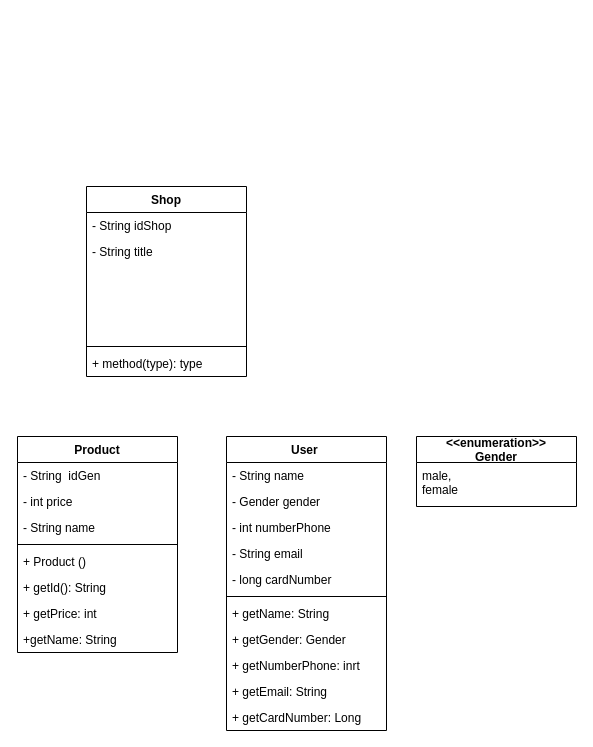
Above: Marketplace (6).drawio in KuroTamashiAF/Software-architecture_HomeWork_5 (draw.io), before the change. Source tidied: cells renumbered, new cells numbered last; positions are measured from the earlier drawing's top-left corner, leaving out a move shared by most shapes. Both pictures are drawn from the tidied source at 100%, with x=0, y=0 at pixel (17, 186).
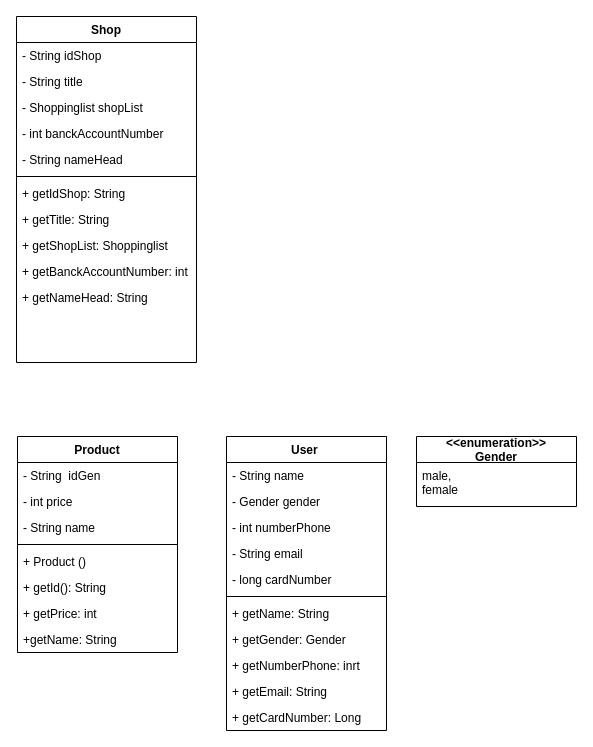
After the change.

Commit message:
craete cls Shop

Diff of the diagram source:
```diff
@@
     <mxCell id="25" value="Shop" style="swimlane;fontStyle=1;align=center;verticalAlign=top;horizontal=1;startSize=26;" parent="1" vertex="1">
-      <mxGeometry x="69" width="160" height="190" as="geometry" />
+      <mxGeometry x="-1" y="-170" width="180" height="346" as="geometry" />
     </mxCell>
     <mxCell id="26" value="- String idShop " style="text;strokeColor=none;fillColor=none;align=left;verticalAlign=top;spacingLeft=4;spacingRight=4;overflow=hidden;" parent="25" vertex="1">
-      <mxGeometry y="26" width="160" height="26" as="geometry" />
+      <mxGeometry y="26" width="180" height="26" as="geometry" />
     </mxCell>
     <mxCell id="27" value="- String title" style="text;strokeColor=none;fillColor=none;align=left;verticalAlign=top;spacingLeft=4;spacingRight=4;overflow=hidden;" parent="25" vertex="1">
-      <mxGeometry y="52" width="160" height="26" as="geometry" />
+      <mxGeometry y="52" width="180" height="26" as="geometry" />
     </mxCell>
-    <mxCell id="28" style="text;strokeColor=none;fillColor=none;align=left;verticalAlign=top;spacingLeft=4;spacingRight=4;overflow=hidden;" parent="25" vertex="1">
-      <mxGeometry y="78" width="160" height="26" as="geometry" />
+    <mxCell id="28" value="- Shoppinglist shopList " style="text;strokeColor=none;fillColor=none;align=left;verticalAlign=top;spacingLeft=4;spacingRight=4;overflow=hidden;" parent="25" vertex="1">
+      <mxGeometry y="78" width="180" height="26" as="geometry" />
     </mxCell>
-    <mxCell id="29" style="text;strokeColor=none;fillColor=none;align=left;verticalAlign=top;spacingLeft=4;spacingRight=4;overflow=hidden;" parent="25" vertex="1">
-      <mxGeometry y="104" width="160" height="26" as="geometry" />
-    </mxCell>
-    <mxCell id="30" style="text;strokeColor=none;fillColor=none;align=left;verticalAlign=top;spacingLeft=4;spacingRight=4;overflow=hidden;" parent="25" vertex="1">
-      <mxGeometry y="130" width="160" height="26" as="geometry" />
+    <mxCell id="30" value="- int banckAccountNumber" style="text;strokeColor=none;fillColor=none;align=left;verticalAlign=top;spacingLeft=4;spacingRight=4;overflow=hidden;" parent="25" vertex="1">
+      <mxGeometry y="104" width="180" height="26" as="geometry" />
     </mxCell>
+    <mxCell id="33" value="- String nameHead" style="text;strokeColor=none;fillColor=none;align=left;verticalAlign=top;spacingLeft=4;spacingRight=4;overflow=hidden;" parent="25" vertex="1">
+      <mxGeometry y="130" width="180" height="26" as="geometry" />
+    </mxCell>
     <mxCell id="31" style="line;strokeWidth=1;fillColor=none;align=left;verticalAlign=middle;spacingTop=-1;spacingLeft=3;spacingRight=3;labelPosition=right;strokeColor=inherit;" parent="25" vertex="1">
-      <mxGeometry y="156" width="160" height="8" as="geometry" />
+      <mxGeometry y="156" width="180" height="8" as="geometry" />
     </mxCell>
-    <mxCell id="32" value="+ method(type): type" style="text;strokeColor=none;fillColor=none;align=left;verticalAlign=top;spacingLeft=4;spacingRight=4;overflow=hidden;" parent="25" vertex="1">
-      <mxGeometry y="164" width="160" height="26" as="geometry" />
+    <mxCell id="32" value="+ getIdShop: String" style="text;strokeColor=none;fillColor=none;align=left;verticalAlign=top;spacingLeft=4;spacingRight=4;overflow=hidden;" parent="25" vertex="1">
+      <mxGeometry y="164" width="180" height="26" as="geometry" />
     </mxCell>
+    <mxCell id="34" value="+ getTitle: String " style="text;strokeColor=none;fillColor=none;align=left;verticalAlign=top;spacingLeft=4;spacingRight=4;overflow=hidden;" parent="25" vertex="1">
+      <mxGeometry y="190" width="180" height="26" as="geometry" />
+    </mxCell>
+    <mxCell id="35" value="+ getShopList: Shoppinglist &#10; " style="text;strokeColor=none;fillColor=none;align=left;verticalAlign=top;spacingLeft=4;spacingRight=4;overflow=hidden;" parent="25" vertex="1">
+      <mxGeometry y="216" width="180" height="26" as="geometry" />
+    </mxCell>
+    <mxCell id="36" value="+ getBanckAccountNumber: int " style="text;strokeColor=none;fillColor=none;align=left;verticalAlign=top;spacingLeft=4;spacingRight=4;overflow=hidden;" parent="25" vertex="1">
+      <mxGeometry y="242" width="180" height="26" as="geometry" />
+    </mxCell>
+    <mxCell id="37" value="+ getNameHead: String" style="text;strokeColor=none;fillColor=none;align=left;verticalAlign=top;spacingLeft=4;spacingRight=4;overflow=hidden;" parent="25" vertex="1">
+      <mxGeometry y="268" width="180" height="26" as="geometry" />
+    </mxCell>
+    <mxCell id="38" style="text;strokeColor=none;fillColor=none;align=left;verticalAlign=top;spacingLeft=4;spacingRight=4;overflow=hidden;" parent="25" vertex="1">
+      <mxGeometry y="294" width="180" height="26" as="geometry" />
+    </mxCell>
+    <mxCell id="39" style="text;strokeColor=none;fillColor=none;align=left;verticalAlign=top;spacingLeft=4;spacingRight=4;overflow=hidden;" parent="25" vertex="1">
+      <mxGeometry y="320" width="180" height="26" as="geometry" />
+    </mxCell>
```
